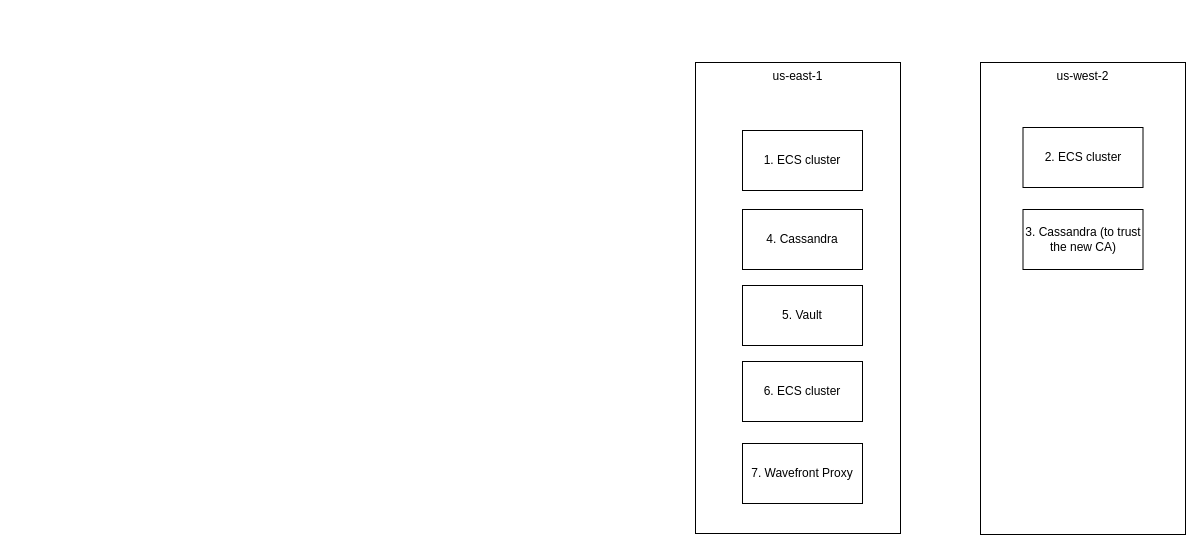
Above: Cert Rotation.drawio in Albert-W/Draw_io (draw.io), before the change. Source tidied: cells renumbered, new cells numbered last; positions are measured from the earlier drawing's top-left corner, leaving out a move shared by most shapes. Both pictures are drawn from the tidied source at 100%, with x=0, y=0 at pixel (695, 62).
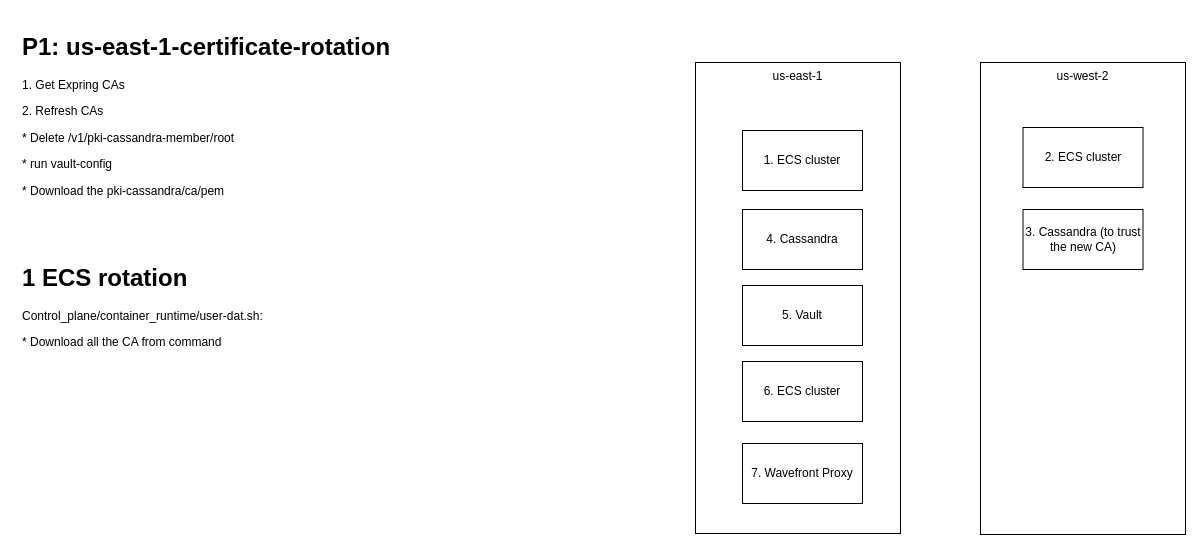
Above is the later version.

Diff of the diagram source:
```diff
@@
 <mxGraphModel>
   <root>
     <mxCell id="0" />
     <mxCell id="1" parent="0" />
     <mxCell id="2" value="us-east-1" style="rounded=0;whiteSpace=wrap;html=1;verticalAlign=top;" parent="1" vertex="1">
       <mxGeometry width="205" height="471" as="geometry" />
     </mxCell>
     <mxCell id="3" value="us-west-2" style="rounded=0;whiteSpace=wrap;html=1;verticalAlign=top;" parent="1" vertex="1">
       <mxGeometry x="285" width="205" height="472" as="geometry" />
     </mxCell>
     <mxCell id="4" value="1. ECS cluster" style="rounded=0;whiteSpace=wrap;html=1;" parent="1" vertex="1">
       <mxGeometry x="47" y="68" width="120" height="60" as="geometry" />
     </mxCell>
     <mxCell id="5" value="2. ECS cluster" style="rounded=0;whiteSpace=wrap;html=1;" parent="1" vertex="1">
       <mxGeometry x="327.5" y="65" width="120" height="60" as="geometry" />
     </mxCell>
     <mxCell id="6" value="3. Cassandra (to trust the new CA)" style="rounded=0;whiteSpace=wrap;html=1;" parent="1" vertex="1">
       <mxGeometry x="327.5" y="147" width="120" height="60" as="geometry" />
     </mxCell>
     <mxCell id="7" value="4. Cassandra" style="rounded=0;whiteSpace=wrap;html=1;" parent="1" vertex="1">
       <mxGeometry x="47" y="147" width="120" height="60" as="geometry" />
     </mxCell>
     <mxCell id="8" value="5. Vault" style="rounded=0;whiteSpace=wrap;html=1;" parent="1" vertex="1">
       <mxGeometry x="47" y="223" width="120" height="60" as="geometry" />
     </mxCell>
     <mxCell id="9" value="6. ECS cluster" style="rounded=0;whiteSpace=wrap;html=1;" parent="1" vertex="1">
       <mxGeometry x="47" y="299" width="120" height="60" as="geometry" />
     </mxCell>
     <mxCell id="10" value="7. Wavefront Proxy" style="rounded=0;whiteSpace=wrap;html=1;" parent="1" vertex="1">
       <mxGeometry x="47" y="381" width="120" height="60" as="geometry" />
     </mxCell>
+    <mxCell id="11" value="&lt;h1&gt;P1: us-east-1-certificate-rotation&lt;/h1&gt;&lt;p&gt;1. Get Expring CAs&lt;/p&gt;&lt;p&gt;2. Refresh CAs&lt;/p&gt;&lt;p&gt;* Delete /v1/pki-cassandra-member/root&lt;/p&gt;&lt;p&gt;* run vault-config&lt;/p&gt;&lt;p&gt;* Download the pki-cassandra/ca/pem&amp;nbsp;&lt;/p&gt;&lt;p&gt;&lt;br&gt;&lt;/p&gt;" style="text;html=1;strokeColor=none;fillColor=none;spacing=5;spacingTop=-20;whiteSpace=wrap;overflow=hidden;rounded=0;" parent="1" vertex="1">
+      <mxGeometry x="-678" y="-35.5" width="594" height="190.5" as="geometry" />
+    </mxCell>
+    <mxCell id="12" value="&lt;h1&gt;1 ECS rotation&lt;/h1&gt;&lt;p&gt;Control_plane/container_runtime/user-dat.sh:&amp;nbsp;&lt;/p&gt;&lt;p&gt;* Download all the CA from command&amp;nbsp;&lt;/p&gt;&lt;p&gt;&lt;br&gt;&lt;/p&gt;" style="text;html=1;strokeColor=none;fillColor=none;spacing=5;spacingTop=-20;whiteSpace=wrap;overflow=hidden;rounded=0;" parent="1" vertex="1">
+      <mxGeometry x="-678" y="196" width="591" height="271" as="geometry" />
+    </mxCell>
   </root>
 </mxGraphModel>
```
